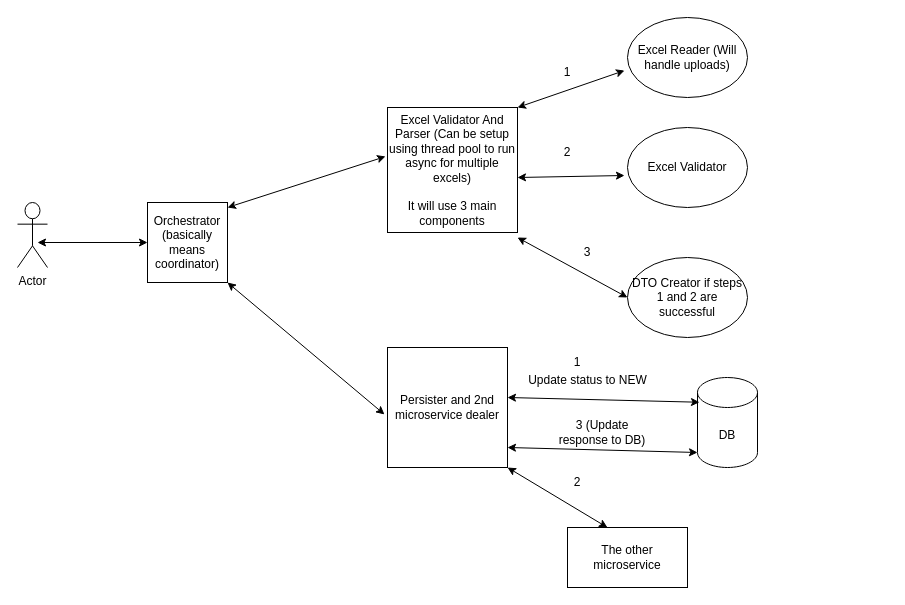
The draw.io diagram Pratz Use Case.drawio in anshuldevmehta/RandomDiagrams, before the edit. Source tidied: cells renumbered, new cells numbered last; positions are measured from the earlier drawing's top-left corner, leaving out a move shared by most shapes. Both pictures are drawn from the tidied source at 100%, with x=0, y=0 at pixel (17, 17).
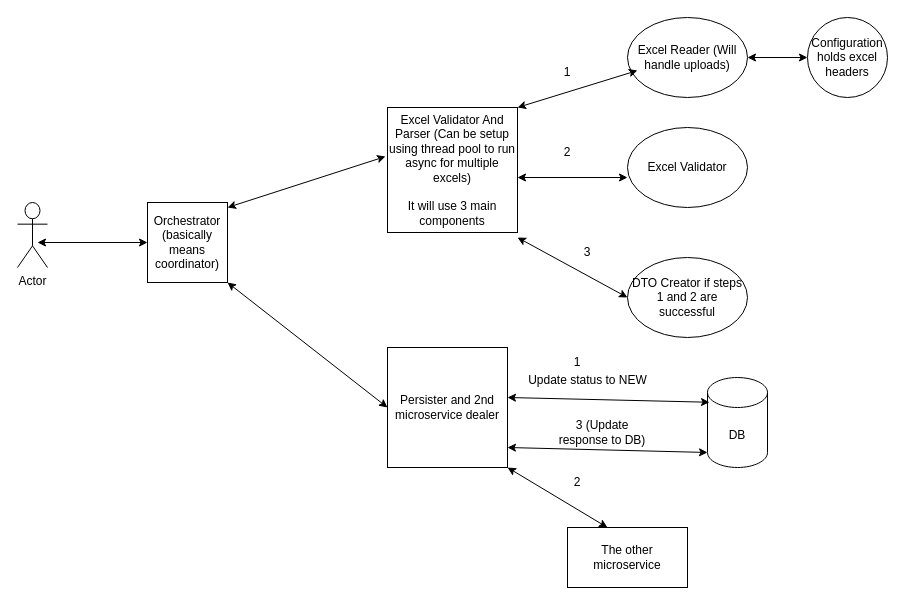
After the change.

Unchanged cells that the change refers to:
```xml
<mxCell id="2" value="&lt;div&gt;Excel Validator And Parser (Can be setup using thread pool to run async for multiple excels)&lt;/div&gt;&lt;div&gt;&lt;br&gt;&lt;/div&gt;&lt;div&gt;It will use 3 main components&lt;br&gt;&lt;/div&gt;" style="rounded=0;whiteSpace=wrap;html=1;" parent="1" vertex="1">
  <mxGeometry x="370" y="90" width="130" height="125" as="geometry" />
</mxCell>
<mxCell id="3" value="Excel Reader (Will handle uploads)" style="ellipse;whiteSpace=wrap;html=1;" parent="1" vertex="1">
  <mxGeometry x="610" width="120" height="80" as="geometry" />
</mxCell>
<mxCell id="4" value="Excel Validator" style="ellipse;whiteSpace=wrap;html=1;" parent="1" vertex="1">
  <mxGeometry x="610" y="110" width="120" height="80" as="geometry" />
</mxCell>
<mxCell id="12" value="Orchestrator (basically means coordinator)" style="whiteSpace=wrap;html=1;" parent="1" vertex="1">
  <mxGeometry x="130" y="185" width="80" height="80" as="geometry" />
</mxCell>
<mxCell id="14" value="Persister and 2nd microservice dealer" style="whiteSpace=wrap;html=1;" parent="1" vertex="1">
  <mxGeometry x="370" y="330" width="120" height="120" as="geometry" />
</mxCell>
```

The edit, as a diff of the source:
```diff
@@
-    <mxCell id="6" style="endArrow=classic;startArrow=classic;html=1;rounded=0;entryX=-0.025;entryY=0.663;entryDx=0;entryDy=0;entryPerimeter=0;" parent="1" edge="1" target="3">
+    <mxCell id="6" style="endArrow=classic;startArrow=classic;html=1;rounded=0;entryX=0.083;entryY=0.663;entryDx=0;entryDy=0;entryPerimeter=0;" parent="1" edge="1" target="3">
       <mxGeometry relative="1" as="geometry">
         <mxPoint x="500" y="90" as="sourcePoint" />
       </mxGeometry>
     </mxCell>
-    <mxCell id="7" style="endArrow=classic;startArrow=classic;html=1;rounded=0;entryX=-0.025;entryY=0.6;entryDx=0;entryDy=0;entryPerimeter=0;exitX=1;exitY=0.56;exitDx=0;exitDy=0;exitPerimeter=0;" parent="1" edge="1" source="2" target="4">
-      <mxGeometry relative="1" as="geometry" />
+    <mxCell id="7" style="endArrow=classic;startArrow=classic;html=1;rounded=0;exitX=1;exitY=0.56;exitDx=0;exitDy=0;exitPerimeter=0;" parent="1" edge="1" source="2">
+      <mxGeometry relative="1" as="geometry">
+        <mxPoint x="610" y="160" as="targetPoint" />
+      </mxGeometry>
     </mxCell>
@@
     <mxCell id="15" value="DB" style="shape=cylinder3;whiteSpace=wrap;html=1;boundedLbl=1;backgroundOutline=1;size=15;" parent="1" vertex="1">
-      <mxGeometry x="680" y="360" width="60" height="90" as="geometry" />
+      <mxGeometry x="690" y="360" width="60" height="90" as="geometry" />
     </mxCell>
@@
-    <mxCell id="24" style="endArrow=classic;startArrow=classic;html=1;rounded=0;entryX=-0.025;entryY=0.558;entryDx=0;entryDy=0;entryPerimeter=0;exitX=1;exitY=1;exitDx=0;exitDy=0;" parent="1" edge="1" source="12" target="14">
+    <mxCell id="24" style="endArrow=classic;startArrow=classic;html=1;rounded=0;exitX=1;exitY=1;exitDx=0;exitDy=0;entryX=0;entryY=0.5;entryDx=0;entryDy=0;" parent="1" edge="1" source="12" target="14">
       <mxGeometry relative="1" as="geometry" />
     </mxCell>
@@
+    <mxCell id="27" value="Configuration holds excel headers" style="ellipse;whiteSpace=wrap;html=1;" parent="1" vertex="1">
+      <mxGeometry x="790" width="80" height="80" as="geometry" />
+    </mxCell>
+    <mxCell id="28" style="endArrow=classic;startArrow=classic;html=1;rounded=0;entryX=0;entryY=0.5;entryDx=0;entryDy=0;" parent="1" edge="1" target="27">
+      <mxGeometry relative="1" as="geometry">
+        <mxPoint x="730" y="40" as="sourcePoint" />
+      </mxGeometry>
+    </mxCell>
```
